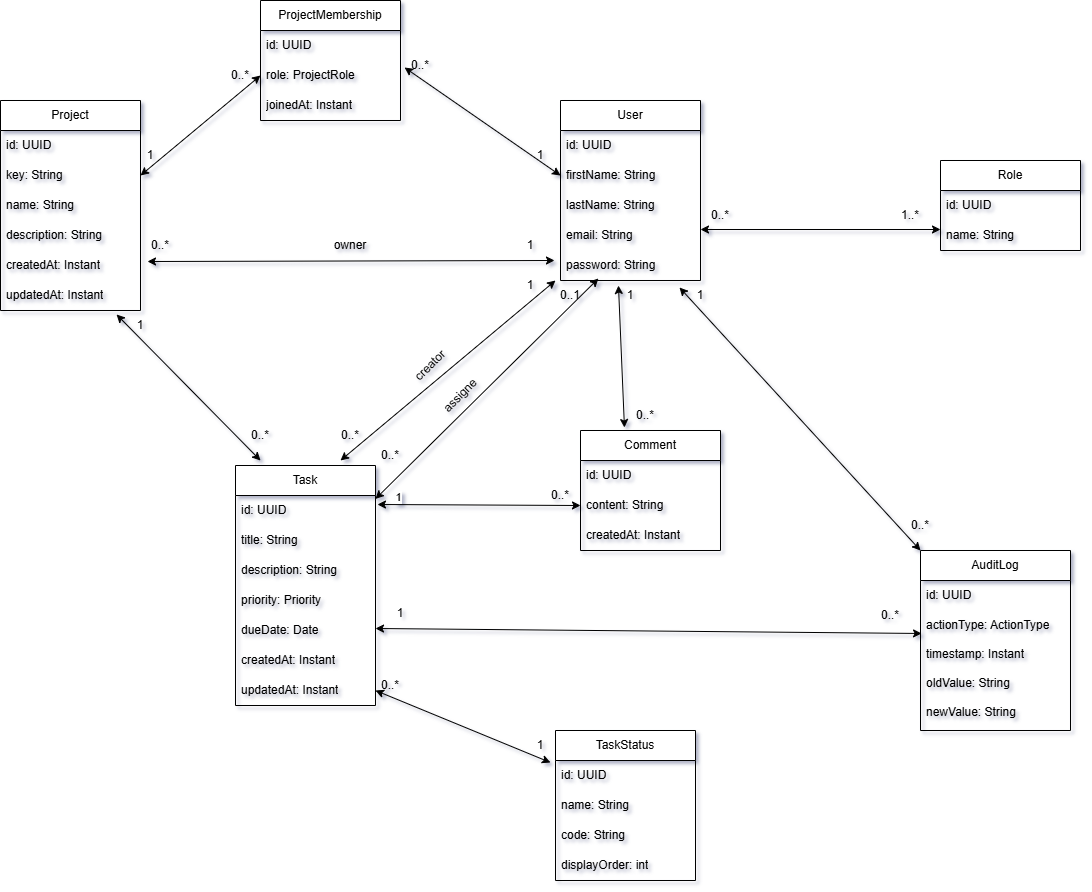
Before: doc/images/task-managment-uml-class.drawio.png, a diagram exported from draw.io (boza97/task-management-system). Source tidied: cells renumbered, new cells last; positions are measured from the earlier drawing's top-left corner, leaving out a move shared by most shapes.
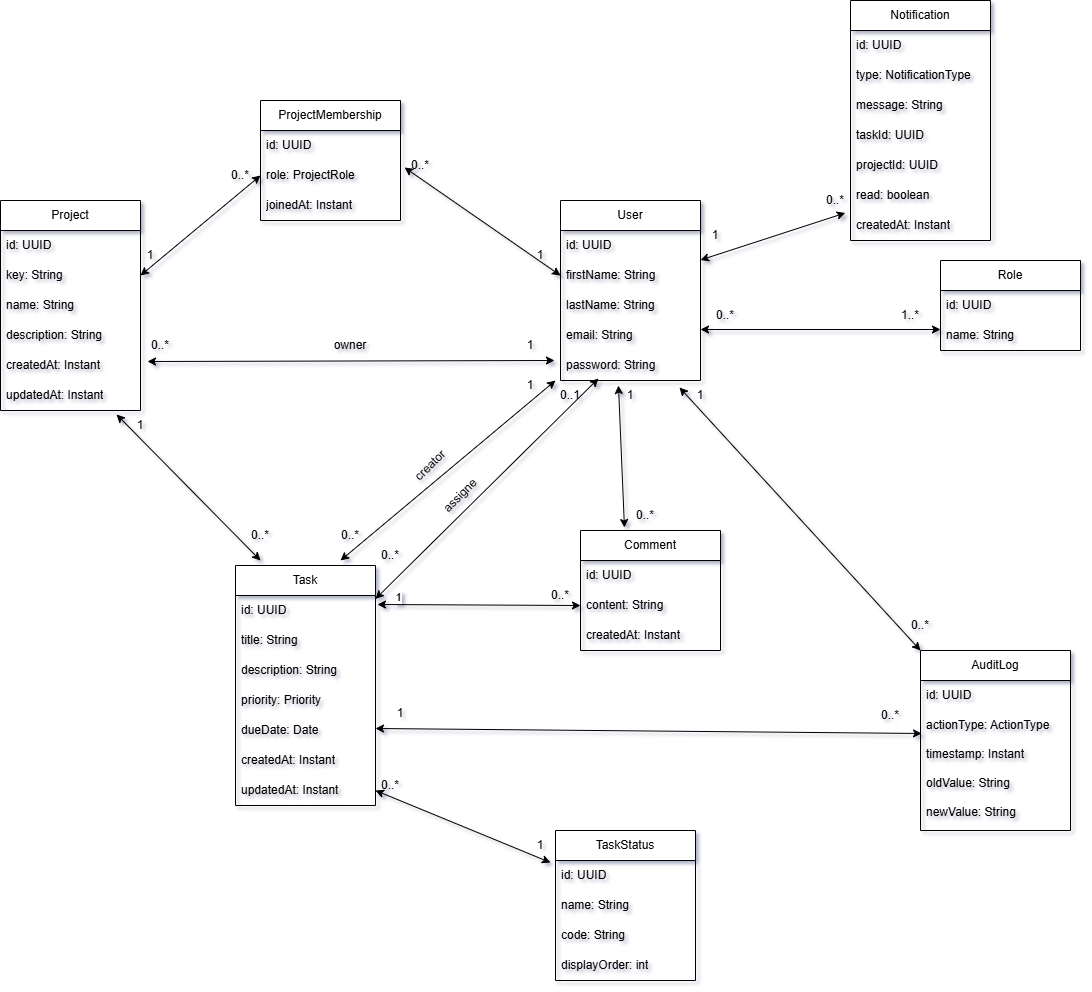
After the commit.

Commit message:
add notification feature FE

Change to the diagram source:
```diff
@@ -48,7 +48,7 @@
       <mxGeometry y="90" width="150" height="90" as="geometry" />
     </mxCell>
     <mxCell id="17" value="0..*" style="text;html=1;whiteSpace=wrap;strokeColor=none;fillColor=none;align=center;verticalAlign=middle;rounded=0;" parent="1" vertex="1">
-      <mxGeometry x="690" y="200" width="60" height="30" as="geometry" />
+      <mxGeometry x="695" y="200" width="60" height="30" as="geometry" />
     </mxCell>
     <mxCell id="18" value="1..*" style="text;html=1;whiteSpace=wrap;strokeColor=none;fillColor=none;align=center;verticalAlign=middle;rounded=0;" parent="1" vertex="1">
       <mxGeometry x="880" y="200" width="60" height="30" as="geometry" />
@@ -251,5 +251,41 @@
     <mxCell id="81" value="0..*" style="text;html=1;whiteSpace=wrap;strokeColor=none;fillColor=none;align=center;verticalAlign=middle;rounded=0;" parent="1" vertex="1">
       <mxGeometry x="360" y="670" width="60" height="30" as="geometry" />
     </mxCell>
+    <mxCell id="82" value="Notification" style="swimlane;fontStyle=0;horizontal=1;startSize=30;whiteSpace=wrap;html=1;" parent="1" vertex="1">
+      <mxGeometry x="850" y="-100" width="140" height="240" as="geometry" />
+    </mxCell>
+    <mxCell id="83" value="id: UUID" style="text;strokeColor=none;fillColor=none;align=left;verticalAlign=middle;spacingLeft=4;spacingRight=4;overflow=hidden;whiteSpace=wrap;html=1;" parent="82" vertex="1">
+      <mxGeometry y="30" width="140" height="30" as="geometry" />
+    </mxCell>
+    <mxCell id="84" value="type:&amp;nbsp;NotificationType" style="text;strokeColor=none;fillColor=none;align=left;verticalAlign=middle;spacingLeft=4;spacingRight=4;overflow=hidden;whiteSpace=wrap;html=1;" parent="82" vertex="1">
+      <mxGeometry y="60" width="140" height="30" as="geometry" />
+    </mxCell>
+    <mxCell id="85" value="message: String" style="text;strokeColor=none;fillColor=none;align=left;verticalAlign=middle;spacingLeft=4;spacingRight=4;overflow=hidden;whiteSpace=wrap;html=1;" parent="82" vertex="1">
+      <mxGeometry y="90" width="140" height="30" as="geometry" />
+    </mxCell>
+    <mxCell id="86" value="taskId: UUID" style="text;strokeColor=none;fillColor=none;align=left;verticalAlign=middle;spacingLeft=4;spacingRight=4;overflow=hidden;whiteSpace=wrap;html=1;" parent="82" vertex="1">
+      <mxGeometry y="120" width="140" height="30" as="geometry" />
+    </mxCell>
+    <mxCell id="87" value="projectId: UUID" style="text;strokeColor=none;fillColor=none;align=left;verticalAlign=middle;spacingLeft=4;spacingRight=4;overflow=hidden;whiteSpace=wrap;html=1;" parent="82" vertex="1">
+      <mxGeometry y="150" width="140" height="30" as="geometry" />
+    </mxCell>
+    <mxCell id="88" value="read: boolean" style="text;strokeColor=none;fillColor=none;align=left;verticalAlign=middle;spacingLeft=4;spacingRight=4;overflow=hidden;whiteSpace=wrap;html=1;" parent="82" vertex="1">
+      <mxGeometry y="180" width="140" height="30" as="geometry" />
+    </mxCell>
+    <mxCell id="89" value="createdAt: Instant" style="text;strokeColor=none;fillColor=none;align=left;verticalAlign=middle;spacingLeft=4;spacingRight=4;overflow=hidden;whiteSpace=wrap;html=1;" parent="82" vertex="1">
+      <mxGeometry y="210" width="140" height="30" as="geometry" />
+    </mxCell>
+    <mxCell id="90" style="endArrow=classic;startArrow=classic;html=1;rounded=0;entryX=-0.003;entryY=0.082;entryDx=0;entryDy=0;entryPerimeter=0;exitX=1.034;exitY=-0.016;exitDx=0;exitDy=0;exitPerimeter=0;" parent="1" edge="1">
+      <mxGeometry relative="1" as="geometry">
+        <mxPoint x="700" y="159.5" as="sourcePoint" />
+        <mxPoint x="844.8" y="112.5" as="targetPoint" />
+      </mxGeometry>
+    </mxCell>
+    <mxCell id="91" value="0..*" style="text;html=1;whiteSpace=wrap;strokeColor=none;fillColor=none;align=center;verticalAlign=middle;rounded=0;" parent="1" vertex="1">
+      <mxGeometry x="820" y="90" width="30" height="20" as="geometry" />
+    </mxCell>
+    <mxCell id="92" value="1" style="text;html=1;whiteSpace=wrap;strokeColor=none;fillColor=none;align=center;verticalAlign=middle;rounded=0;" parent="1" vertex="1">
+      <mxGeometry x="700" y="120" width="30" height="30" as="geometry" />
+    </mxCell>
   </root>
 </mxGraphModel>
```
